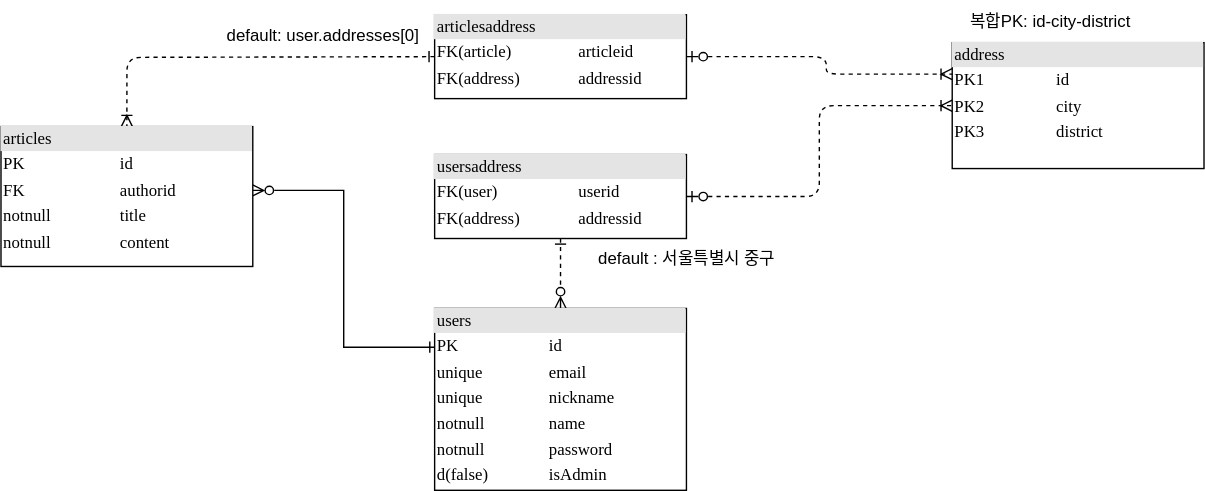
Before: docs/uml/ERD.drawio.svg, a diagram exported from draw.io (1Dohyeon/RentEase). Source tidied: cells renumbered, new cells last; positions are measured from the earlier drawing's top-left corner, leaving out a move shared by most shapes.
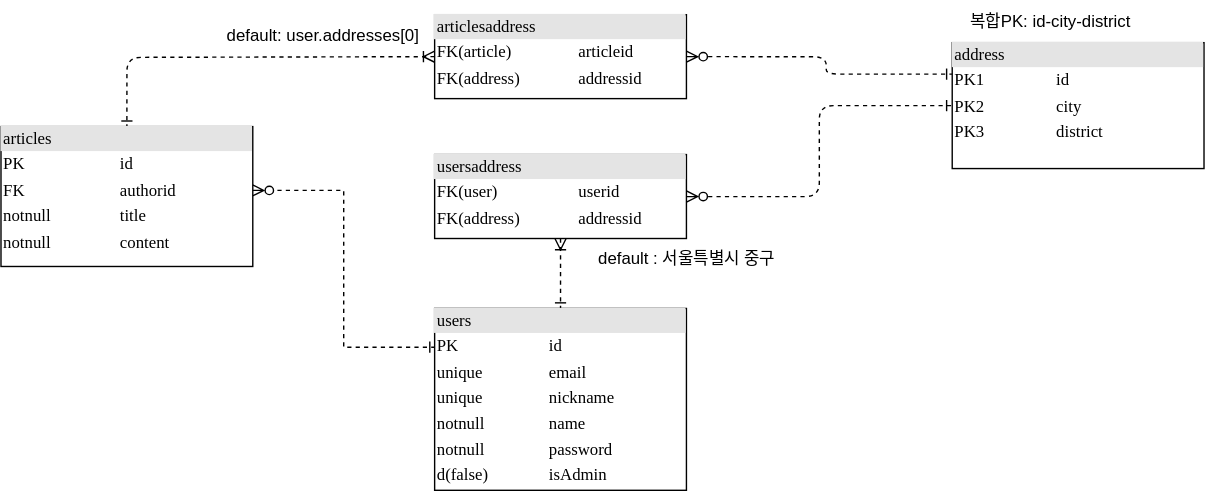
The same file after the commit.

Commit message:
FETCH: 화살표 오류 고침

The edit, as a diff of the source:
```diff
@@ -2,16 +2,16 @@
   <root>
     <mxCell id="0" />
     <mxCell id="1" parent="0" />
-    <mxCell id="2" style="edgeStyle=orthogonalEdgeStyle;html=1;entryX=0.5;entryY=0;dashed=1;labelBackgroundColor=none;startArrow=ERone;endArrow=ERzeroToMany;fontFamily=Verdana;fontSize=12;align=left;startFill=0;endFill=0;" parent="1" edge="1" source="4" target="6">
+    <mxCell id="2" style="edgeStyle=orthogonalEdgeStyle;html=1;entryX=0.5;entryY=0;dashed=1;labelBackgroundColor=none;startArrow=ERoneToMany;endArrow=ERone;fontFamily=Verdana;fontSize=12;align=left;startFill=0;endFill=0;" parent="1" edge="1" source="4" target="6">
       <mxGeometry relative="1" as="geometry" />
     </mxCell>
-    <mxCell id="3" style="edgeStyle=orthogonalEdgeStyle;html=1;dashed=1;labelBackgroundColor=none;startArrow=ERzeroToOne;endArrow=ERoneToMany;fontFamily=Verdana;fontSize=12;align=left;startFill=0;" parent="1" edge="1" source="4" target="7">
+    <mxCell id="3" style="edgeStyle=orthogonalEdgeStyle;html=1;dashed=1;labelBackgroundColor=none;startArrow=ERzeroToMany;endArrow=ERone;fontFamily=Verdana;fontSize=12;align=left;startFill=0;endFill=0;" parent="1" edge="1" source="4" target="7">
       <mxGeometry relative="1" as="geometry" />
     </mxCell>
     <mxCell id="4" value="&lt;div style=&quot;box-sizing: border-box ; width: 100% ; background: #e4e4e4 ; padding: 2px&quot;&gt;usersaddress&lt;/div&gt;&lt;table style=&quot;width: 100% ; font-size: 1em&quot; cellpadding=&quot;2&quot; cellspacing=&quot;0&quot;&gt;&lt;tbody&gt;&lt;tr&gt;&lt;td&gt;FK(user)&lt;/td&gt;&lt;td&gt;userid&lt;/td&gt;&lt;/tr&gt;&lt;tr&gt;&lt;td&gt;FK(address)&lt;/td&gt;&lt;td&gt;addressid&lt;/td&gt;&lt;/tr&gt;&lt;tr&gt;&lt;td&gt;&lt;/td&gt;&lt;td&gt;&lt;br&gt;&lt;/td&gt;&lt;/tr&gt;&lt;/tbody&gt;&lt;/table&gt;" style="verticalAlign=top;align=left;overflow=fill;html=1;rounded=0;shadow=0;comic=0;labelBackgroundColor=none;strokeWidth=1;fontFamily=Verdana;fontSize=12;" parent="1" vertex="1">
       <mxGeometry x="310" y="110" width="180" height="60" as="geometry" />
     </mxCell>
-    <mxCell id="5" style="edgeStyle=orthogonalEdgeStyle;rounded=0;jettySize=auto;html=1;exitX=0.003;exitY=0.213;exitDx=0;exitDy=0;entryX=0.999;entryY=0.456;entryDx=0;entryDy=0;startArrow=ERone;startFill=0;endArrow=ERzeroToMany;endFill=0;entryPerimeter=0;exitPerimeter=0;" parent="1" edge="1" source="6" target="13">
+    <mxCell id="5" style="edgeStyle=orthogonalEdgeStyle;rounded=0;jettySize=auto;html=1;exitX=0.003;exitY=0.213;exitDx=0;exitDy=0;entryX=0.999;entryY=0.456;entryDx=0;entryDy=0;startArrow=ERone;startFill=0;endArrow=ERzeroToMany;endFill=0;entryPerimeter=0;exitPerimeter=0;dashed=1;" parent="1" edge="1" source="6" target="13">
       <mxGeometry relative="1" as="geometry" />
     </mxCell>
     <mxCell id="6" value="&lt;div style=&quot;box-sizing: border-box ; width: 100% ; background: #e4e4e4 ; padding: 2px&quot;&gt;users&lt;/div&gt;&lt;table style=&quot;width: 100% ; font-size: 1em&quot; cellpadding=&quot;2&quot; cellspacing=&quot;0&quot;&gt;&lt;tbody&gt;&lt;tr&gt;&lt;td&gt;PK&lt;/td&gt;&lt;td&gt;id&lt;/td&gt;&lt;/tr&gt;&lt;tr&gt;&lt;td&gt;unique&lt;/td&gt;&lt;td&gt;email&lt;/td&gt;&lt;/tr&gt;&lt;tr&gt;&lt;td&gt;unique&lt;/td&gt;&lt;td&gt;nickname&lt;/td&gt;&lt;/tr&gt;&lt;tr&gt;&lt;td&gt;notnull&lt;br&gt;&lt;/td&gt;&lt;td&gt;name&lt;br&gt;&lt;/td&gt;&lt;/tr&gt;&lt;tr&gt;&lt;td&gt;notnull&lt;br&gt;&lt;/td&gt;&lt;td&gt;password&lt;br&gt;&lt;/td&gt;&lt;/tr&gt;&lt;tr&gt;&lt;td&gt;d(false)&lt;/td&gt;&lt;td&gt;isAdmin&lt;br&gt;&lt;/td&gt;&lt;/tr&gt;&lt;tr&gt;&lt;td&gt;&lt;/td&gt;&lt;td&gt;&lt;br&gt;&lt;/td&gt;&lt;/tr&gt;&lt;/tbody&gt;&lt;/table&gt;" style="verticalAlign=top;align=left;overflow=fill;html=1;rounded=0;shadow=0;comic=0;labelBackgroundColor=none;strokeWidth=1;fontFamily=Verdana;fontSize=12;" parent="1" vertex="1">
@@ -20,7 +20,7 @@
     <mxCell id="7" value="&lt;div style=&quot;box-sizing:border-box;width:100%;background:#e4e4e4;padding:2px;&quot;&gt;address&lt;/div&gt;&lt;table style=&quot;width:100%;font-size:1em;&quot; cellpadding=&quot;2&quot; cellspacing=&quot;0&quot;&gt;&lt;tbody&gt;&lt;tr&gt;&lt;td&gt;PK1&lt;/td&gt;&lt;td&gt;id&lt;/td&gt;&lt;/tr&gt;&lt;tr&gt;&lt;td&gt;PK2&lt;br&gt;&lt;/td&gt;&lt;td&gt;city&lt;/td&gt;&lt;/tr&gt;&lt;tr&gt;&lt;td&gt;PK3&lt;/td&gt;&lt;td&gt;district&lt;/td&gt;&lt;/tr&gt;&lt;/tbody&gt;&lt;/table&gt;" style="verticalAlign=top;align=left;overflow=fill;html=1;rounded=0;shadow=0;comic=0;labelBackgroundColor=none;strokeWidth=1;fontFamily=Verdana;fontSize=12;" parent="1" vertex="1">
       <mxGeometry x="680" y="30" width="180" height="90" as="geometry" />
     </mxCell>
-    <mxCell id="8" style="edgeStyle=orthogonalEdgeStyle;html=1;endArrow=ERoneToMany;startArrow=ERone;labelBackgroundColor=none;fontFamily=Verdana;fontSize=12;align=left;exitX=0;exitY=0.5;exitDx=0;exitDy=0;entryX=0.5;entryY=0;entryDx=0;entryDy=0;dashed=1;startFill=0;" parent="1" edge="1" target="13">
+    <mxCell id="8" style="edgeStyle=orthogonalEdgeStyle;html=1;endArrow=ERone;startArrow=ERoneToMany;labelBackgroundColor=none;fontFamily=Verdana;fontSize=12;align=left;exitX=0;exitY=0.5;exitDx=0;exitDy=0;entryX=0.5;entryY=0;entryDx=0;entryDy=0;dashed=1;startFill=0;endFill=0;" parent="1" edge="1" target="13">
       <mxGeometry relative="1" as="geometry">
         <mxPoint x="310" y="40" as="sourcePoint" />
       </mxGeometry>
@@ -31,11 +31,11 @@
     <mxCell id="10" value="&lt;div style=&quot;box-sizing: border-box ; width: 100% ; background: #e4e4e4 ; padding: 2px&quot;&gt;articlesaddress&lt;/div&gt;&lt;table style=&quot;width: 100% ; font-size: 1em&quot; cellpadding=&quot;2&quot; cellspacing=&quot;0&quot;&gt;&lt;tbody&gt;&lt;tr&gt;&lt;td&gt;FK(article)&lt;/td&gt;&lt;td&gt;articleid&lt;/td&gt;&lt;/tr&gt;&lt;tr&gt;&lt;td&gt;FK(address)&lt;/td&gt;&lt;td&gt;addressid&lt;/td&gt;&lt;/tr&gt;&lt;tr&gt;&lt;td&gt;&lt;/td&gt;&lt;td&gt;&lt;br&gt;&lt;/td&gt;&lt;/tr&gt;&lt;/tbody&gt;&lt;/table&gt;" style="verticalAlign=top;align=left;overflow=fill;html=1;rounded=0;shadow=0;comic=0;labelBackgroundColor=none;strokeWidth=1;fontFamily=Verdana;fontSize=12;" parent="1" vertex="1">
       <mxGeometry x="310" y="10" width="180" height="60" as="geometry" />
     </mxCell>
-    <mxCell id="11" style="edgeStyle=orthogonalEdgeStyle;html=1;dashed=1;labelBackgroundColor=none;startArrow=ERzeroToOne;endArrow=ERoneToMany;fontFamily=Verdana;fontSize=12;align=left;startFill=0;entryX=0;entryY=0.25;entryDx=0;entryDy=0;exitX=1;exitY=0.5;exitDx=0;exitDy=0;" parent="1" edge="1" source="10" target="7">
+    <mxCell id="11" style="edgeStyle=orthogonalEdgeStyle;html=1;dashed=1;labelBackgroundColor=none;startArrow=ERzeroToMany;endArrow=ERone;fontFamily=Verdana;fontSize=12;align=left;startFill=0;entryX=0;entryY=0.25;entryDx=0;entryDy=0;exitX=1;exitY=0.5;exitDx=0;exitDy=0;endFill=0;" parent="1" edge="1" source="10" target="7">
       <mxGeometry relative="1" as="geometry">
         <Array as="points">
           <mxPoint x="590" y="40" />
-          <mxPoint x="590" y="53" />
+          <mxPoint x="590" y="52" />
         </Array>
       </mxGeometry>
     </mxCell>
```
